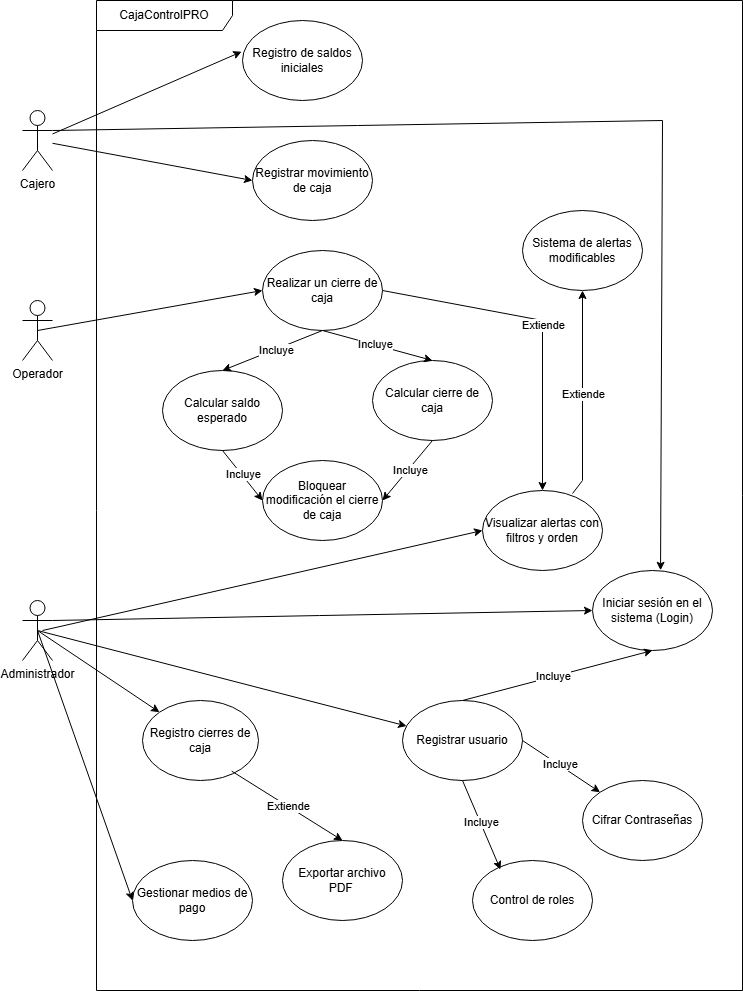
Above: Documentation/Diagrams/Diagrama_CU.png in jmpizza/no_informado (draw.io), before the change. Source tidied: cells renumbered, new cells last; positions are measured from the earlier drawing's top-left corner, leaving out a move shared by most shapes. The source it was exported from:
```xml
<mxGraphModel>
  <root>
    <mxCell id="0" />
    <mxCell id="1" parent="0" />
    <mxCell id="2" value="Cajero" style="shape=umlActor;verticalLabelPosition=bottom;verticalAlign=top;html=1;outlineConnect=0;" parent="1" vertex="1">
      <mxGeometry y="110" width="30" height="60" as="geometry" />
    </mxCell>
    <mxCell id="3" value="Operador" style="shape=umlActor;verticalLabelPosition=bottom;verticalAlign=top;html=1;outlineConnect=0;" parent="1" vertex="1">
      <mxGeometry y="300" width="30" height="60" as="geometry" />
    </mxCell>
    <mxCell id="4" value="Administrador" style="shape=umlActor;verticalLabelPosition=bottom;verticalAlign=top;html=1;outlineConnect=0;" parent="1" vertex="1">
      <mxGeometry y="600" width="30" height="60" as="geometry" />
    </mxCell>
    <mxCell id="5" value="Visualizar alertas con filtros y orden" style="ellipse;whiteSpace=wrap;html=1;" parent="1" vertex="1">
      <mxGeometry x="460" y="490" width="120" height="80" as="geometry" />
    </mxCell>
    <mxCell id="6" value="Gestionar medios de pago" style="ellipse;whiteSpace=wrap;html=1;" parent="1" vertex="1">
      <mxGeometry x="110" y="860" width="120" height="80" as="geometry" />
    </mxCell>
    <mxCell id="7" value="Registrar movimiento de caja" style="ellipse;whiteSpace=wrap;html=1;" parent="1" vertex="1">
      <mxGeometry x="230" y="140" width="120" height="80" as="geometry" />
    </mxCell>
    <mxCell id="8" value="Calcular saldo esperado" style="ellipse;whiteSpace=wrap;html=1;" parent="1" vertex="1">
      <mxGeometry x="140" y="370" width="120" height="80" as="geometry" />
    </mxCell>
    <mxCell id="9" value="Registro de saldos iniciales" style="ellipse;whiteSpace=wrap;html=1;" parent="1" vertex="1">
      <mxGeometry x="220" y="20" width="120" height="80" as="geometry" />
    </mxCell>
    <mxCell id="10" value="Iniciar sesión en el sistema (Login)" style="ellipse;whiteSpace=wrap;html=1;" parent="1" vertex="1">
      <mxGeometry x="570" y="570" width="120" height="80" as="geometry" />
    </mxCell>
    <mxCell id="11" value="Registrar usuario" style="ellipse;whiteSpace=wrap;html=1;" parent="1" vertex="1">
      <mxGeometry x="380" y="700" width="120" height="80" as="geometry" />
    </mxCell>
    <mxCell id="12" value="Control de roles" style="ellipse;whiteSpace=wrap;html=1;" parent="1" vertex="1">
      <mxGeometry x="450" y="860" width="120" height="80" as="geometry" />
    </mxCell>
    <mxCell id="13" value="Exportar archivo PDF&lt;span style=&quot;white-space: pre;&quot;&gt;&#9;&lt;/span&gt;" style="ellipse;whiteSpace=wrap;html=1;" parent="1" vertex="1">
      <mxGeometry x="260" y="840" width="120" height="80" as="geometry" />
    </mxCell>
    <mxCell id="14" value="Sistema de alertas modificables" style="ellipse;whiteSpace=wrap;html=1;" parent="1" vertex="1">
      <mxGeometry x="500" y="210" width="120" height="80" as="geometry" />
    </mxCell>
    <mxCell id="15" value="Realizar un cierre de caja" style="ellipse;whiteSpace=wrap;html=1;" parent="1" vertex="1">
      <mxGeometry x="240" y="250" width="120" height="80" as="geometry" />
    </mxCell>
    <mxCell id="16" style="endArrow=classic;html=1;rounded=0;exitX=0.5;exitY=0.5;exitDx=0;exitDy=0;exitPerimeter=0;entryX=0;entryY=0.5;entryDx=0;entryDy=0;" parent="1" edge="1" source="3" target="15">
      <mxGeometry relative="1" as="geometry" />
    </mxCell>
    <mxCell id="17" value="Registro cierres de caja" style="ellipse;whiteSpace=wrap;html=1;" parent="1" vertex="1">
      <mxGeometry x="120" y="700" width="116" height="80" as="geometry" />
    </mxCell>
    <mxCell id="18" style="endArrow=classic;html=1;rounded=0;entryX=-0.007;entryY=0.39;entryDx=0;entryDy=0;entryPerimeter=0;" parent="1" edge="1" source="2" target="9">
      <mxGeometry relative="1" as="geometry" />
    </mxCell>
    <mxCell id="19" style="endArrow=classic;html=1;rounded=0;entryX=0;entryY=0.5;entryDx=0;entryDy=0;" parent="1" edge="1" source="2" target="7">
      <mxGeometry relative="1" as="geometry" />
    </mxCell>
    <mxCell id="20" style="endArrow=classic;html=1;rounded=0;entryX=0;entryY=0.5;entryDx=0;entryDy=0;exitX=0.5;exitY=0.5;exitDx=0;exitDy=0;exitPerimeter=0;" parent="1" edge="1" source="4" target="6">
      <mxGeometry relative="1" as="geometry" />
    </mxCell>
    <mxCell id="21" style="endArrow=classic;html=1;rounded=0;entryX=0;entryY=0;entryDx=0;entryDy=0;exitX=0.5;exitY=0.5;exitDx=0;exitDy=0;exitPerimeter=0;" parent="1" edge="1" source="4" target="17">
      <mxGeometry relative="1" as="geometry" />
    </mxCell>
    <mxCell id="22" style="endArrow=classic;html=1;rounded=0;entryX=0.5;entryY=0;entryDx=0;entryDy=0;exitX=0.769;exitY=0.883;exitDx=0;exitDy=0;exitPerimeter=0;" parent="1" edge="1" source="17" target="13">
      <mxGeometry relative="1" as="geometry" />
    </mxCell>
    <mxCell id="23" value="Extiende" style="edgeLabel;html=1;align=center;verticalAlign=middle;" parent="22" vertex="1">
      <mxGeometry relative="1" as="geometry" />
    </mxCell>
    <mxCell id="24" style="endArrow=classic;html=1;rounded=0;exitX=0.5;exitY=0.5;exitDx=0;exitDy=0;exitPerimeter=0;" parent="1" edge="1" source="4" target="11">
      <mxGeometry relative="1" as="geometry" />
    </mxCell>
    <mxCell id="25" style="endArrow=classic;html=1;rounded=0;exitX=0.5;exitY=1;exitDx=0;exitDy=0;entryX=0.233;entryY=0.113;entryDx=0;entryDy=0;entryPerimeter=0;" parent="1" edge="1" source="11" target="12">
      <mxGeometry relative="1" as="geometry" />
    </mxCell>
    <mxCell id="26" value="Incluye" style="edgeLabel;html=1;align=center;verticalAlign=middle;" parent="25" vertex="1">
      <mxGeometry x="-0.05" y="1" relative="1" as="geometry" />
    </mxCell>
    <mxCell id="27" value="Cifrar Contraseñas" style="ellipse;whiteSpace=wrap;html=1;" parent="1" vertex="1">
      <mxGeometry x="560" y="780" width="120" height="80" as="geometry" />
    </mxCell>
    <mxCell id="28" style="endArrow=classic;html=1;rounded=0;exitX=1;exitY=0.5;exitDx=0;exitDy=0;" parent="1" edge="1" source="11" target="27">
      <mxGeometry relative="1" as="geometry" />
    </mxCell>
    <mxCell id="29" value="Incluye" style="edgeLabel;html=1;align=center;verticalAlign=middle;" parent="28" vertex="1">
      <mxGeometry x="-0.05" y="1" relative="1" as="geometry" />
    </mxCell>
    <mxCell id="30" value="Calcular cierre de caja" style="ellipse;whiteSpace=wrap;html=1;" parent="1" vertex="1">
      <mxGeometry x="350" y="360" width="120" height="80" as="geometry" />
    </mxCell>
    <mxCell id="31" value="Bloquear modificación el cierre de caja" style="ellipse;whiteSpace=wrap;html=1;" parent="1" vertex="1">
      <mxGeometry x="240" y="460" width="120" height="80" as="geometry" />
    </mxCell>
    <mxCell id="32" style="endArrow=classic;html=1;rounded=0;entryX=0;entryY=0.5;entryDx=0;entryDy=0;" parent="1" edge="1" target="5">
      <mxGeometry relative="1" as="geometry">
        <mxPoint x="20" y="630" as="sourcePoint" />
      </mxGeometry>
    </mxCell>
    <mxCell id="33" style="endArrow=classic;html=1;rounded=0;exitX=0.5;exitY=0;exitDx=0;exitDy=0;entryX=0.5;entryY=1;entryDx=0;entryDy=0;" parent="1" edge="1" source="11" target="10">
      <mxGeometry relative="1" as="geometry" />
    </mxCell>
    <mxCell id="34" value="Incluye" style="edgeLabel;html=1;align=center;verticalAlign=middle;" parent="33" vertex="1">
      <mxGeometry x="-0.05" y="1" relative="1" as="geometry" />
    </mxCell>
    <mxCell id="35" style="endArrow=classic;html=1;rounded=0;entryX=0;entryY=0.5;entryDx=0;entryDy=0;exitX=1;exitY=0.3333333333333333;exitDx=0;exitDy=0;exitPerimeter=0;" parent="1" edge="1" source="4" target="10">
      <mxGeometry relative="1" as="geometry" />
    </mxCell>
    <mxCell id="36" style="endArrow=classic;html=1;rounded=0;exitX=1;exitY=0.3333333333333333;exitDx=0;exitDy=0;exitPerimeter=0;entryX=0.567;entryY=-0.003;entryDx=0;entryDy=0;entryPerimeter=0;" parent="1" edge="1" source="2" target="10">
      <mxGeometry relative="1" as="geometry">
        <Array as="points">
          <mxPoint x="640" y="120" />
        </Array>
      </mxGeometry>
    </mxCell>
    <mxCell id="37" style="endArrow=classic;html=1;rounded=0;exitX=0.5;exitY=1;exitDx=0;exitDy=0;entryX=0.5;entryY=0;entryDx=0;entryDy=0;" parent="1" edge="1" source="15" target="30">
      <mxGeometry relative="1" as="geometry" />
    </mxCell>
    <mxCell id="38" value="Incluye" style="edgeLabel;html=1;align=center;verticalAlign=middle;" parent="37" vertex="1">
      <mxGeometry x="-0.05" y="1" relative="1" as="geometry" />
    </mxCell>
    <mxCell id="39" style="endArrow=classic;html=1;rounded=0;entryX=0.5;entryY=0;entryDx=0;entryDy=0;" parent="1" edge="1" target="8">
      <mxGeometry relative="1" as="geometry">
        <mxPoint x="300" y="330" as="sourcePoint" />
      </mxGeometry>
    </mxCell>
    <mxCell id="40" value="Incluye" style="edgeLabel;html=1;align=center;verticalAlign=middle;" parent="39" vertex="1">
      <mxGeometry x="-0.05" y="1" relative="1" as="geometry" />
    </mxCell>
    <mxCell id="41" style="endArrow=classic;html=1;rounded=0;entryX=0;entryY=0.5;entryDx=0;entryDy=0;exitX=0.5;exitY=1;exitDx=0;exitDy=0;" parent="1" edge="1" source="8" target="31">
      <mxGeometry relative="1" as="geometry" />
    </mxCell>
    <mxCell id="42" value="Incluye" style="edgeLabel;html=1;align=center;verticalAlign=middle;" parent="41" vertex="1">
      <mxGeometry x="-0.05" y="1" relative="1" as="geometry" />
    </mxCell>
    <mxCell id="43" style="endArrow=classic;html=1;rounded=0;entryX=1;entryY=0.5;entryDx=0;entryDy=0;exitX=0.5;exitY=1;exitDx=0;exitDy=0;" parent="1" edge="1" source="30" target="31">
      <mxGeometry relative="1" as="geometry" />
    </mxCell>
    <mxCell id="44" value="Incluye" style="edgeLabel;html=1;align=center;verticalAlign=middle;" parent="43" vertex="1">
      <mxGeometry x="-0.05" y="1" relative="1" as="geometry" />
    </mxCell>
    <mxCell id="45" style="endArrow=classic;html=1;rounded=0;exitX=1;exitY=0.5;exitDx=0;exitDy=0;" parent="1" edge="1" source="15">
      <mxGeometry relative="1" as="geometry">
        <mxPoint x="520" y="490" as="targetPoint" />
        <Array as="points">
          <mxPoint x="520" y="320" />
        </Array>
      </mxGeometry>
    </mxCell>
    <mxCell id="46" value="Extiende" style="edgeLabel;html=1;align=center;verticalAlign=middle;" parent="45" vertex="1">
      <mxGeometry relative="1" as="geometry" />
    </mxCell>
    <mxCell id="47" style="endArrow=classic;html=1;rounded=0;entryX=0.5;entryY=1;entryDx=0;entryDy=0;exitX=0.75;exitY=0.038;exitDx=0;exitDy=0;exitPerimeter=0;" parent="1" edge="1" source="5" target="14">
      <mxGeometry relative="1" as="geometry">
        <Array as="points">
          <mxPoint x="560" y="480" />
        </Array>
      </mxGeometry>
    </mxCell>
    <mxCell id="48" value="Extiende" style="edgeLabel;html=1;align=center;verticalAlign=middle;" parent="47" vertex="1">
      <mxGeometry relative="1" as="geometry" />
    </mxCell>
    <mxCell id="49" value="CajaControlPRO" style="shape=umlFrame;whiteSpace=wrap;html=1;width=136;height=30;" parent="1" vertex="1">
      <mxGeometry x="74" width="646" height="990" as="geometry" />
    </mxCell>
  </root>
</mxGraphModel>
```
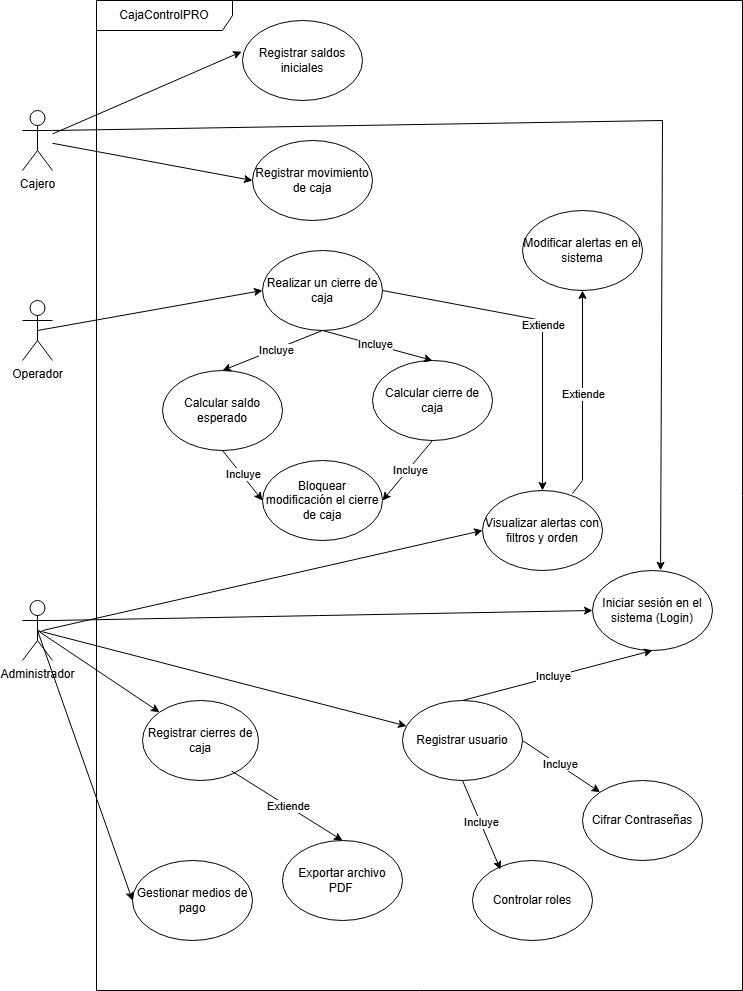
Later version of the same file.

Diff of the diagram source:
```diff
@@ -23,7 +23,7 @@
     <mxCell id="8" value="Calcular saldo esperado" style="ellipse;whiteSpace=wrap;html=1;" parent="1" vertex="1">
       <mxGeometry x="140" y="370" width="120" height="80" as="geometry" />
     </mxCell>
-    <mxCell id="9" value="Registro de saldos iniciales" style="ellipse;whiteSpace=wrap;html=1;" parent="1" vertex="1">
+    <mxCell id="9" value="Registrar saldos iniciales" style="ellipse;whiteSpace=wrap;html=1;" parent="1" vertex="1">
       <mxGeometry x="220" y="20" width="120" height="80" as="geometry" />
     </mxCell>
     <mxCell id="10" value="Iniciar sesión en el sistema (Login)" style="ellipse;whiteSpace=wrap;html=1;" parent="1" vertex="1">
@@ -32,13 +32,13 @@
     <mxCell id="11" value="Registrar usuario" style="ellipse;whiteSpace=wrap;html=1;" parent="1" vertex="1">
       <mxGeometry x="380" y="700" width="120" height="80" as="geometry" />
     </mxCell>
-    <mxCell id="12" value="Control de roles" style="ellipse;whiteSpace=wrap;html=1;" parent="1" vertex="1">
+    <mxCell id="12" value="Controlar roles" style="ellipse;whiteSpace=wrap;html=1;" parent="1" vertex="1">
       <mxGeometry x="450" y="860" width="120" height="80" as="geometry" />
     </mxCell>
     <mxCell id="13" value="Exportar archivo PDF&lt;span style=&quot;white-space: pre;&quot;&gt;&#9;&lt;/span&gt;" style="ellipse;whiteSpace=wrap;html=1;" parent="1" vertex="1">
       <mxGeometry x="260" y="840" width="120" height="80" as="geometry" />
     </mxCell>
-    <mxCell id="14" value="Sistema de alertas modificables" style="ellipse;whiteSpace=wrap;html=1;" parent="1" vertex="1">
+    <mxCell id="14" value="Modificar alertas en el sistema" style="ellipse;whiteSpace=wrap;html=1;" parent="1" vertex="1">
       <mxGeometry x="500" y="210" width="120" height="80" as="geometry" />
     </mxCell>
     <mxCell id="15" value="Realizar un cierre de caja" style="ellipse;whiteSpace=wrap;html=1;" parent="1" vertex="1">
@@ -47,7 +47,7 @@
     <mxCell id="16" style="endArrow=classic;html=1;rounded=0;exitX=0.5;exitY=0.5;exitDx=0;exitDy=0;exitPerimeter=0;entryX=0;entryY=0.5;entryDx=0;entryDy=0;" parent="1" edge="1" source="3" target="15">
       <mxGeometry relative="1" as="geometry" />
     </mxCell>
-    <mxCell id="17" value="Registro cierres de caja" style="ellipse;whiteSpace=wrap;html=1;" parent="1" vertex="1">
+    <mxCell id="17" value="Registrar cierres de caja" style="ellipse;whiteSpace=wrap;html=1;" parent="1" vertex="1">
       <mxGeometry x="120" y="700" width="116" height="80" as="geometry" />
     </mxCell>
     <mxCell id="18" style="endArrow=classic;html=1;rounded=0;entryX=-0.007;entryY=0.39;entryDx=0;entryDy=0;entryPerimeter=0;" parent="1" edge="1" source="2" target="9">
```
